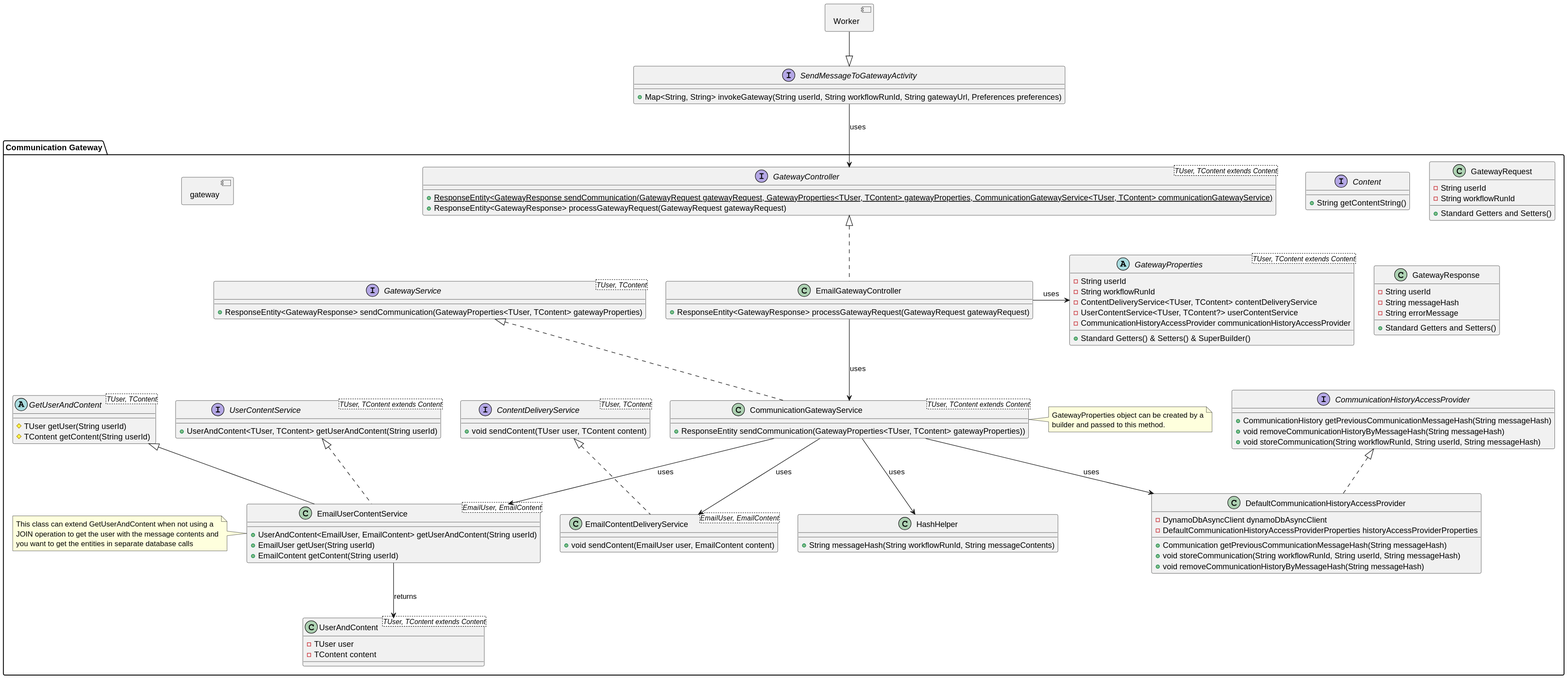
Before: Designs/Images/System Context/Components/GatewayInterfaces.svg, a diagram exported from PlantUML (CameronWard301/communication_scheduler).
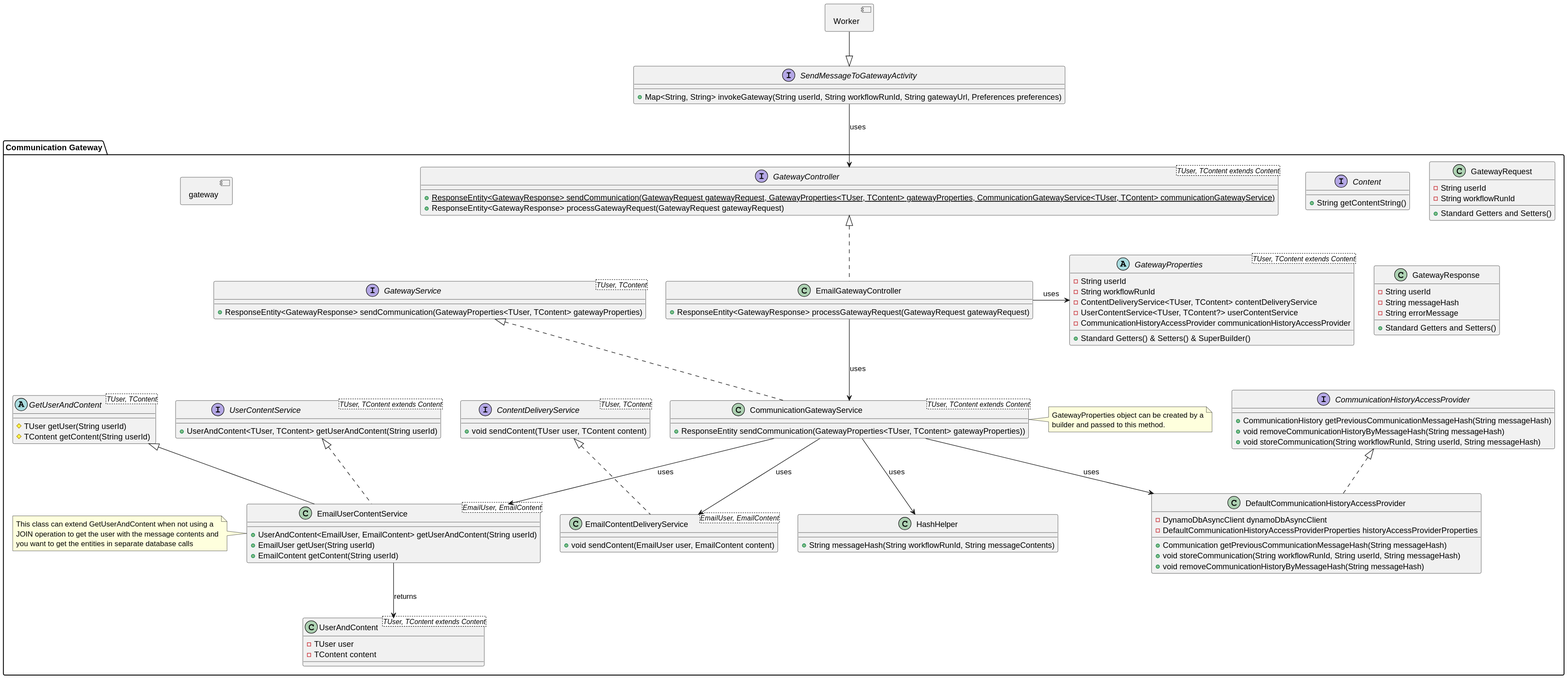
The same file after the commit.

Diff of the diagram source:
```diff
@@ -48,7 +48,7 @@
     }
 
     interface GatewayController <TUser, TContent extends Content>{
-        + {static} ResponseEntity<GatewayResponse sendCommunication(GatewayRequest gatewayRequest, GatewayProperties<TUser, TContent> gatewayProperties, CommunicationGatewayService<TUser, TContent> communicationGatewayService)
+        + {static} ResponseEntity<GatewayResponse> sendCommunication(GatewayRequest gatewayRequest, GatewayProperties<TUser, TContent> gatewayProperties, CommunicationGatewayService<TUser, TContent> communicationGatewayService)
         + ResponseEntity<GatewayResponse> processGatewayRequest(GatewayRequest gatewayRequest)
     }
 
```
